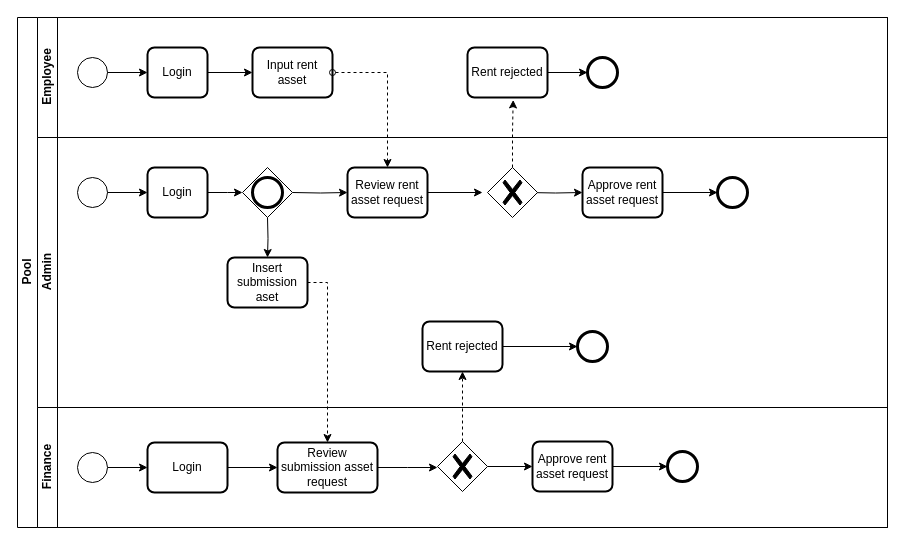
The draw.io diagram page "BPMN" (1 of 3) of Untitled Diagram.drawio in alifandartaa/BPMN-MCC72, before the edit. Source tidied: cells renumbered, new cells numbered last; positions are measured from the earlier drawing's top-left corner, leaving out a move shared by most shapes. Both pictures are drawn from the tidied source at 100%, with x=0, y=0 at pixel (17, 17).
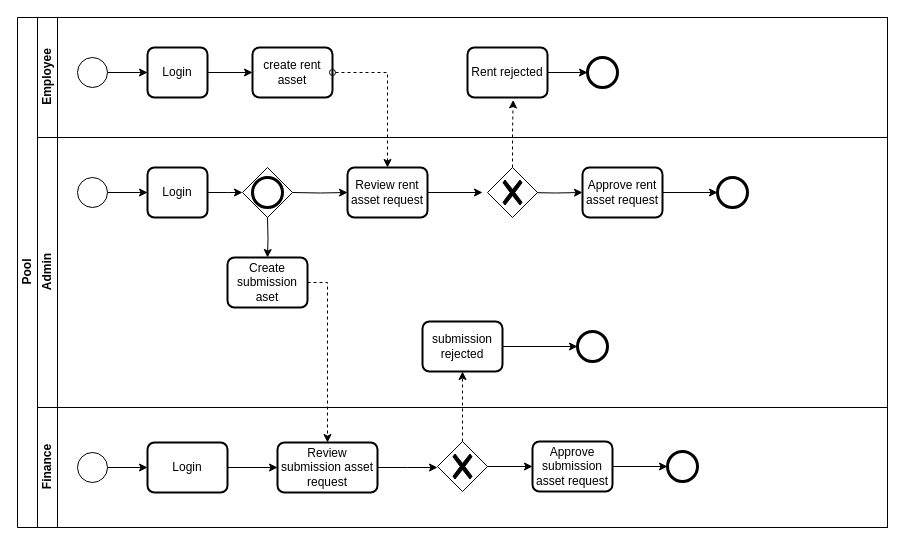
The same page after the edit.

The change refers to these unchanged cells:
```xml
<mxCell id="3" value="Employee" style="swimlane;startSize=20;horizontal=0;html=1;" parent="2" vertex="1">
  <mxGeometry x="20" width="850" height="120" as="geometry" />
</mxCell>
<mxCell id="12" value="Admin" style="swimlane;startSize=20;horizontal=0;html=1;" parent="2" vertex="1">
  <mxGeometry x="20" y="120" width="850" height="270" as="geometry" />
</mxCell>
```

What changed in the source:
```diff
@@
-    <mxCell id="8" value="Input rent asset" style="rounded=1;whiteSpace=wrap;html=1;absoluteArcSize=1;arcSize=14;strokeWidth=2;" parent="3" vertex="1">
+    <mxCell id="8" value="create rent asset" style="rounded=1;whiteSpace=wrap;html=1;absoluteArcSize=1;arcSize=14;strokeWidth=2;" parent="3" vertex="1">
       <mxGeometry x="215" y="30" width="80" height="50" as="geometry" />
     </mxCell>
@@
-    <mxCell id="22" value="Insert submission aset" style="rounded=1;whiteSpace=wrap;html=1;absoluteArcSize=1;arcSize=14;strokeWidth=2;" parent="12" vertex="1">
+    <mxCell id="22" value="Create submission aset" style="rounded=1;whiteSpace=wrap;html=1;absoluteArcSize=1;arcSize=14;strokeWidth=2;" parent="12" vertex="1">
       <mxGeometry x="190" y="120" width="80" height="50" as="geometry" />
     </mxCell>
@@
-    <mxCell id="28" value="Rent rejected" style="rounded=1;whiteSpace=wrap;html=1;absoluteArcSize=1;arcSize=14;strokeWidth=2;" parent="12" vertex="1">
+    <mxCell id="28" value="submission rejected" style="rounded=1;whiteSpace=wrap;html=1;absoluteArcSize=1;arcSize=14;strokeWidth=2;" parent="12" vertex="1">
       <mxGeometry x="385" y="184" width="80" height="50" as="geometry" />
     </mxCell>
@@
-    <mxCell id="32" value="Approve rent asset request" style="rounded=1;whiteSpace=wrap;html=1;absoluteArcSize=1;arcSize=14;strokeWidth=2;" parent="12" vertex="1">
+    <mxCell id="32" value="Approve submission asset request" style="rounded=1;whiteSpace=wrap;html=1;absoluteArcSize=1;arcSize=14;strokeWidth=2;" parent="12" vertex="1">
       <mxGeometry x="495" y="304" width="80" height="50" as="geometry" />
     </mxCell>
```
